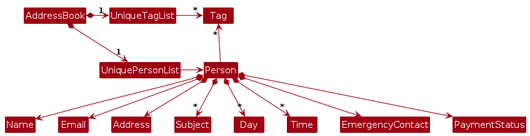
The PlantUML diagram diagrams/BetterModelClassDiagram.png in AY2526S2-CS2103T-T09-2/tp, before a commit. Its source is kept beside it as diagrams/BetterModelClassDiagram.puml. Its diagram source:
```plantuml
@startuml
!include style.puml
skinparam arrowThickness 1.1
skinparam arrowColor MODEL_COLOR
skinparam classBackgroundColor MODEL_COLOR

AddressBook *-right-> "1" UniquePersonList
AddressBook *-right-> "1" UniqueTagList
UniqueTagList -[hidden]down- UniquePersonList
UniqueTagList -[hidden]down- UniquePersonList

UniqueTagList -right-> "*" Tag
UniquePersonList -right-> Person

Person -up-> "*" Tag

Person *--> Name
Person *--> Email
Person *--> Address
Person *--> "*" Subject
Person *--> "*" Day
Person *--> "*" Time
Person *--> EmergencyContact
Person *--> PaymentStatus
@enduml
```
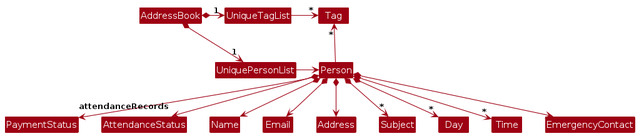
Later version of the same file.

Diff of the diagram source:
```diff
@@ -22,4 +22,8 @@
 Person *--> "*" Time
 Person *--> EmergencyContact
 Person *--> PaymentStatus
+Person --> "attendanceRecords" AttendanceStatus
+
+Class "<<enum>>\nAttendanceStatus" as AttendanceStatus
+PaymentStatus -[hidden]right-> AttendanceStatus
 @enduml
```
